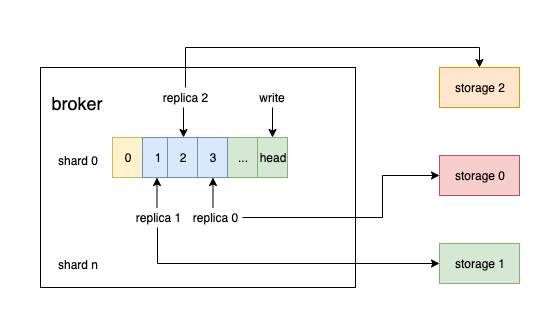
Before: docs/assets/images/design/replication.png, a diagram exported from draw.io (lindb/lindb.github.io). Source tidied: cells renumbered, new cells last; positions are measured from the earlier drawing's top-left corner, leaving out a move shared by most shapes. Source of this version:
```xml
<mxGraphModel>
  <root>
    <mxCell id="0" />
    <mxCell id="1" parent="0" />
    <mxCell id="2" style="rounded=0;whiteSpace=wrap;html=1;" parent="1" vertex="1">
      <mxGeometry width="315" height="220" as="geometry" />
    </mxCell>
    <mxCell id="3" value="0" style="rounded=0;whiteSpace=wrap;html=1;fillColor=#fff2cc;strokeColor=#d6b656;" parent="1" vertex="1">
      <mxGeometry x="72" y="70" width="30" height="40" as="geometry" />
    </mxCell>
    <mxCell id="4" value="1" style="rounded=0;whiteSpace=wrap;html=1;fillColor=#dae8fc;strokeColor=#6c8ebf;" parent="1" vertex="1">
      <mxGeometry x="102" y="70" width="30" height="40" as="geometry" />
    </mxCell>
    <mxCell id="5" value="..." style="rounded=0;whiteSpace=wrap;html=1;fillColor=#d5e8d4;strokeColor=#82b366;" parent="1" vertex="1">
      <mxGeometry x="187" y="70" width="30" height="40" as="geometry" />
    </mxCell>
    <mxCell id="6" value="2" style="rounded=0;whiteSpace=wrap;html=1;fillColor=#dae8fc;strokeColor=#6c8ebf;" parent="1" vertex="1">
      <mxGeometry x="127" y="70" width="30" height="40" as="geometry" />
    </mxCell>
    <mxCell id="7" value="3" style="rounded=0;whiteSpace=wrap;html=1;fillColor=#dae8fc;strokeColor=#6c8ebf;" parent="1" vertex="1">
      <mxGeometry x="157" y="70" width="30" height="40" as="geometry" />
    </mxCell>
    <mxCell id="8" value="head" style="rounded=0;whiteSpace=wrap;html=1;fillColor=#d5e8d4;strokeColor=#82b366;" parent="1" vertex="1">
      <mxGeometry x="217" y="70" width="30" height="40" as="geometry" />
    </mxCell>
    <mxCell id="9" style="endArrow=classic;html=1;" parent="1" edge="1">
      <mxGeometry relative="1" as="geometry">
        <mxPoint x="116.5" y="140" as="sourcePoint" />
        <mxPoint x="116.5" y="110" as="targetPoint" />
      </mxGeometry>
    </mxCell>
    <mxCell id="10" style="endArrow=classic;html=1;" parent="1" edge="1">
      <mxGeometry relative="1" as="geometry">
        <mxPoint x="172.5" y="140" as="sourcePoint" />
        <mxPoint x="172.5" y="110" as="targetPoint" />
      </mxGeometry>
    </mxCell>
    <mxCell id="11" style="endArrow=classic;html=1;entryX=0.5;entryY=0;entryDx=0;entryDy=0;" parent="1" edge="1" target="8">
      <mxGeometry relative="1" as="geometry">
        <mxPoint x="232" y="40" as="sourcePoint" />
      </mxGeometry>
    </mxCell>
    <mxCell id="12" value="write" style="text;html=1;strokeColor=none;fillColor=none;align=center;verticalAlign=middle;whiteSpace=wrap;rounded=0;" parent="1" vertex="1">
      <mxGeometry x="212" y="20" width="40" height="20" as="geometry" />
    </mxCell>
    <mxCell id="13" style="endArrow=classic;html=1;entryX=0.5;entryY=0;entryDx=0;entryDy=0;" parent="1" edge="1">
      <mxGeometry relative="1" as="geometry">
        <mxPoint x="143" y="40" as="sourcePoint" />
        <mxPoint x="143" y="70" as="targetPoint" />
      </mxGeometry>
    </mxCell>
    <mxCell id="14" style="edgeStyle=orthogonalEdgeStyle;rounded=0;jettySize=auto;html=1;exitX=0.5;exitY=0;exitDx=0;exitDy=0;entryX=0.5;entryY=0;entryDx=0;entryDy=0;fontSize=12;" parent="1" edge="1" source="15" target="23">
      <mxGeometry relative="1" as="geometry" />
    </mxCell>
    <mxCell id="15" value="replica 2" style="text;html=1;strokeColor=none;fillColor=none;align=center;verticalAlign=middle;whiteSpace=wrap;rounded=0;" parent="1" vertex="1">
      <mxGeometry x="117" y="20" width="55" height="20" as="geometry" />
    </mxCell>
    <mxCell id="16" style="edgeStyle=orthogonalEdgeStyle;rounded=0;jettySize=auto;html=1;exitX=0.5;exitY=1;exitDx=0;exitDy=0;entryX=0;entryY=0.5;entryDx=0;entryDy=0;fontSize=12;" parent="1" edge="1" source="17" target="25">
      <mxGeometry relative="1" as="geometry" />
    </mxCell>
    <mxCell id="17" value="replica 1" style="text;html=1;strokeColor=none;fillColor=none;align=center;verticalAlign=middle;whiteSpace=wrap;rounded=0;" parent="1" vertex="1">
      <mxGeometry x="89.5" y="140" width="55" height="20" as="geometry" />
    </mxCell>
    <mxCell id="18" style="edgeStyle=orthogonalEdgeStyle;rounded=0;jettySize=auto;html=1;exitX=1;exitY=0.5;exitDx=0;exitDy=0;entryX=0;entryY=0.5;entryDx=0;entryDy=0;fontSize=12;" parent="1" edge="1" source="19" target="24">
      <mxGeometry relative="1" as="geometry">
        <Array as="points">
          <mxPoint x="342" y="150" />
          <mxPoint x="342" y="108" />
        </Array>
      </mxGeometry>
    </mxCell>
    <mxCell id="19" value="replica 0" style="text;html=1;strokeColor=none;fillColor=none;align=center;verticalAlign=middle;whiteSpace=wrap;rounded=0;" parent="1" vertex="1">
      <mxGeometry x="147" y="140" width="55" height="20" as="geometry" />
    </mxCell>
    <mxCell id="20" value="shard 0" style="text;html=1;strokeColor=none;fillColor=none;align=center;verticalAlign=middle;whiteSpace=wrap;rounded=0;" parent="1" vertex="1">
      <mxGeometry x="12" y="78" width="50" height="30" as="geometry" />
    </mxCell>
    <mxCell id="21" value="shard n" style="text;html=1;strokeColor=none;fillColor=none;align=center;verticalAlign=middle;whiteSpace=wrap;rounded=0;" parent="1" vertex="1">
      <mxGeometry x="7" y="187" width="60" height="20" as="geometry" />
    </mxCell>
    <mxCell id="22" value="broker" style="text;html=1;strokeColor=none;fillColor=none;align=center;verticalAlign=middle;whiteSpace=wrap;rounded=0;fontSize=18;" parent="1" vertex="1">
      <mxGeometry x="7" y="10" width="60" height="50" as="geometry" />
    </mxCell>
    <mxCell id="23" value="storage 2" style="rounded=0;whiteSpace=wrap;html=1;fillColor=#ffe6cc;fontSize=12;strokeColor=#d79b00;" parent="1" vertex="1">
      <mxGeometry x="399" width="80" height="40" as="geometry" />
    </mxCell>
    <mxCell id="24" value="storage 0" style="rounded=0;whiteSpace=wrap;html=1;fillColor=#f8cecc;fontSize=12;strokeColor=#b85450;" parent="1" vertex="1">
      <mxGeometry x="399" y="88" width="80" height="40" as="geometry" />
    </mxCell>
    <mxCell id="25" value="storage 1" style="rounded=0;whiteSpace=wrap;html=1;fillColor=#d5e8d4;fontSize=12;strokeColor=#82b366;" parent="1" vertex="1">
      <mxGeometry x="399" y="176" width="80" height="40" as="geometry" />
    </mxCell>
  </root>
</mxGraphModel>
```
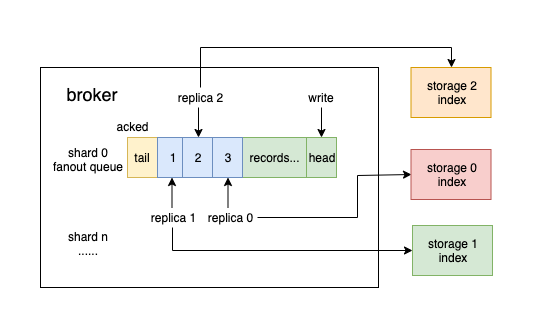
Above is the later version.

The edit, as a diff of the source:
```diff
@@ -3,16 +3,16 @@
     <mxCell id="0" />
     <mxCell id="1" parent="0" />
     <mxCell id="2" style="rounded=0;whiteSpace=wrap;html=1;" parent="1" vertex="1">
-      <mxGeometry width="315" height="220" as="geometry" />
+      <mxGeometry x="-15" width="338" height="220" as="geometry" />
     </mxCell>
-    <mxCell id="3" value="0" style="rounded=0;whiteSpace=wrap;html=1;fillColor=#fff2cc;strokeColor=#d6b656;" parent="1" vertex="1">
+    <mxCell id="3" value="tail" style="rounded=0;whiteSpace=wrap;html=1;fillColor=#fff2cc;strokeColor=#d6b656;" parent="1" vertex="1">
       <mxGeometry x="72" y="70" width="30" height="40" as="geometry" />
     </mxCell>
     <mxCell id="4" value="1" style="rounded=0;whiteSpace=wrap;html=1;fillColor=#dae8fc;strokeColor=#6c8ebf;" parent="1" vertex="1">
       <mxGeometry x="102" y="70" width="30" height="40" as="geometry" />
     </mxCell>
-    <mxCell id="5" value="..." style="rounded=0;whiteSpace=wrap;html=1;fillColor=#d5e8d4;strokeColor=#82b366;" parent="1" vertex="1">
-      <mxGeometry x="187" y="70" width="30" height="40" as="geometry" />
+    <mxCell id="5" value="records..." style="rounded=0;whiteSpace=wrap;html=1;fillColor=#d5e8d4;strokeColor=#82b366;" parent="1" vertex="1">
+      <mxGeometry x="187" y="70" width="65" height="40" as="geometry" />
     </mxCell>
     <mxCell id="6" value="2" style="rounded=0;whiteSpace=wrap;html=1;fillColor=#dae8fc;strokeColor=#6c8ebf;" parent="1" vertex="1">
       <mxGeometry x="127" y="70" width="30" height="40" as="geometry" />
@@ -21,7 +21,7 @@
       <mxGeometry x="157" y="70" width="30" height="40" as="geometry" />
     </mxCell>
     <mxCell id="8" value="head" style="rounded=0;whiteSpace=wrap;html=1;fillColor=#d5e8d4;strokeColor=#82b366;" parent="1" vertex="1">
-      <mxGeometry x="217" y="70" width="30" height="40" as="geometry" />
+      <mxGeometry x="251" y="70" width="30" height="40" as="geometry" />
     </mxCell>
     <mxCell id="9" style="endArrow=classic;html=1;" parent="1" edge="1">
       <mxGeometry relative="1" as="geometry">
@@ -35,13 +35,11 @@
         <mxPoint x="172.5" y="110" as="targetPoint" />
       </mxGeometry>
     </mxCell>
-    <mxCell id="11" style="endArrow=classic;html=1;entryX=0.5;entryY=0;entryDx=0;entryDy=0;" parent="1" edge="1" target="8">
-      <mxGeometry relative="1" as="geometry">
-        <mxPoint x="232" y="40" as="sourcePoint" />
-      </mxGeometry>
+    <mxCell id="11" style="endArrow=classic;html=1;entryX=0.5;entryY=0;entryDx=0;entryDy=0;exitX=0.5;exitY=1;exitDx=0;exitDy=0;" parent="1" edge="1" source="12" target="8">
+      <mxGeometry relative="1" as="geometry" />
     </mxCell>
     <mxCell id="12" value="write" style="text;html=1;strokeColor=none;fillColor=none;align=center;verticalAlign=middle;whiteSpace=wrap;rounded=0;" parent="1" vertex="1">
-      <mxGeometry x="212" y="20" width="40" height="20" as="geometry" />
+      <mxGeometry x="246" y="20" width="40" height="20" as="geometry" />
     </mxCell>
     <mxCell id="13" style="endArrow=classic;html=1;entryX=0.5;entryY=0;entryDx=0;entryDy=0;" parent="1" edge="1">
       <mxGeometry relative="1" as="geometry">
@@ -64,31 +62,34 @@
     <mxCell id="18" style="edgeStyle=orthogonalEdgeStyle;rounded=0;jettySize=auto;html=1;exitX=1;exitY=0.5;exitDx=0;exitDy=0;entryX=0;entryY=0.5;entryDx=0;entryDy=0;fontSize=12;" parent="1" edge="1" source="19" target="24">
       <mxGeometry relative="1" as="geometry">
         <Array as="points">
-          <mxPoint x="342" y="150" />
-          <mxPoint x="342" y="108" />
+          <mxPoint x="302" y="150" />
+          <mxPoint x="302" y="108" />
         </Array>
       </mxGeometry>
     </mxCell>
     <mxCell id="19" value="replica 0" style="text;html=1;strokeColor=none;fillColor=none;align=center;verticalAlign=middle;whiteSpace=wrap;rounded=0;" parent="1" vertex="1">
       <mxGeometry x="147" y="140" width="55" height="20" as="geometry" />
     </mxCell>
-    <mxCell id="20" value="shard 0" style="text;html=1;strokeColor=none;fillColor=none;align=center;verticalAlign=middle;whiteSpace=wrap;rounded=0;" parent="1" vertex="1">
-      <mxGeometry x="12" y="78" width="50" height="30" as="geometry" />
+    <mxCell id="20" value="shard 0&lt;br&gt;fanout queue" style="text;html=1;strokeColor=none;fillColor=none;align=center;verticalAlign=middle;whiteSpace=wrap;rounded=0;" parent="1" vertex="1">
+      <mxGeometry x="-8" y="73" width="80" height="37" as="geometry" />
     </mxCell>
-    <mxCell id="21" value="shard n" style="text;html=1;strokeColor=none;fillColor=none;align=center;verticalAlign=middle;whiteSpace=wrap;rounded=0;" parent="1" vertex="1">
-      <mxGeometry x="7" y="187" width="60" height="20" as="geometry" />
+    <mxCell id="21" value="shard n&lt;br&gt;......" style="text;html=1;strokeColor=none;fillColor=none;align=center;verticalAlign=middle;whiteSpace=wrap;rounded=0;" parent="1" vertex="1">
+      <mxGeometry x="2" y="166" width="60" height="20" as="geometry" />
     </mxCell>
     <mxCell id="22" value="broker" style="text;html=1;strokeColor=none;fillColor=none;align=center;verticalAlign=middle;whiteSpace=wrap;rounded=0;fontSize=18;" parent="1" vertex="1">
-      <mxGeometry x="7" y="10" width="60" height="50" as="geometry" />
+      <mxGeometry x="7" y="1" width="60" height="50" as="geometry" />
     </mxCell>
-    <mxCell id="23" value="storage 2" style="rounded=0;whiteSpace=wrap;html=1;fillColor=#ffe6cc;fontSize=12;strokeColor=#d79b00;" parent="1" vertex="1">
-      <mxGeometry x="399" width="80" height="40" as="geometry" />
+    <mxCell id="23" value="storage 2&lt;br&gt;index" style="rounded=0;whiteSpace=wrap;html=1;fillColor=#ffe6cc;fontSize=12;strokeColor=#d79b00;" parent="1" vertex="1">
+      <mxGeometry x="355.5" width="80" height="50" as="geometry" />
     </mxCell>
-    <mxCell id="24" value="storage 0" style="rounded=0;whiteSpace=wrap;html=1;fillColor=#f8cecc;fontSize=12;strokeColor=#b85450;" parent="1" vertex="1">
-      <mxGeometry x="399" y="88" width="80" height="40" as="geometry" />
+    <mxCell id="24" value="storage 0&lt;br&gt;index" style="rounded=0;whiteSpace=wrap;html=1;fillColor=#f8cecc;fontSize=12;strokeColor=#b85450;" parent="1" vertex="1">
+      <mxGeometry x="355.5" y="82" width="80" height="50" as="geometry" />
     </mxCell>
-    <mxCell id="25" value="storage 1" style="rounded=0;whiteSpace=wrap;html=1;fillColor=#d5e8d4;fontSize=12;strokeColor=#82b366;" parent="1" vertex="1">
-      <mxGeometry x="399" y="176" width="80" height="40" as="geometry" />
+    <mxCell id="25" value="storage 1&lt;br&gt;index" style="rounded=0;whiteSpace=wrap;html=1;fillColor=#d5e8d4;fontSize=12;strokeColor=#82b366;" parent="1" vertex="1">
+      <mxGeometry x="357" y="158" width="80" height="50" as="geometry" />
     </mxCell>
+    <mxCell id="26" value="acked" style="text;html=1;strokeColor=none;fillColor=none;align=center;verticalAlign=middle;whiteSpace=wrap;rounded=0;fontSize=12;direction=south;" parent="1" vertex="1">
+      <mxGeometry x="67" y="39" width="20" height="40" as="geometry" />
+    </mxCell>
   </root>
 </mxGraphModel>
```
